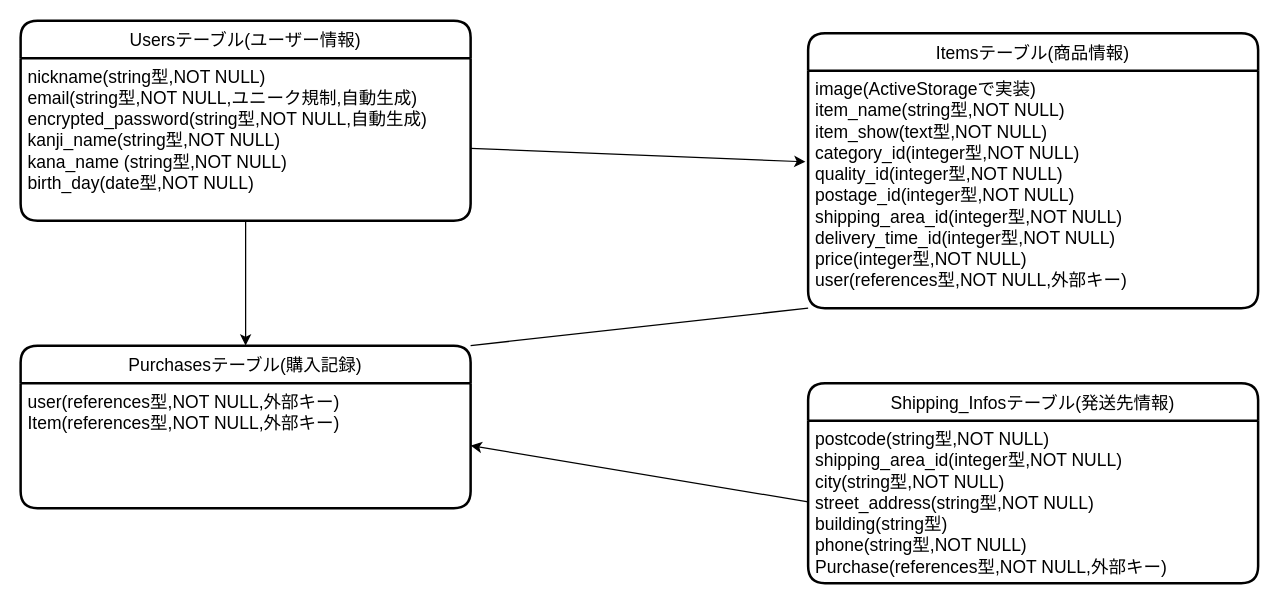
Earlier version of the draw.io diagram furima-40151.dio (flcamp0217/furima-40151). Source tidied: cells renumbered, new cells numbered last; positions are measured from the earlier drawing's top-left corner, leaving out a move shared by most shapes. Both pictures are drawn from the tidied source at 125%, with x=0, y=0 at pixel (20, 20).
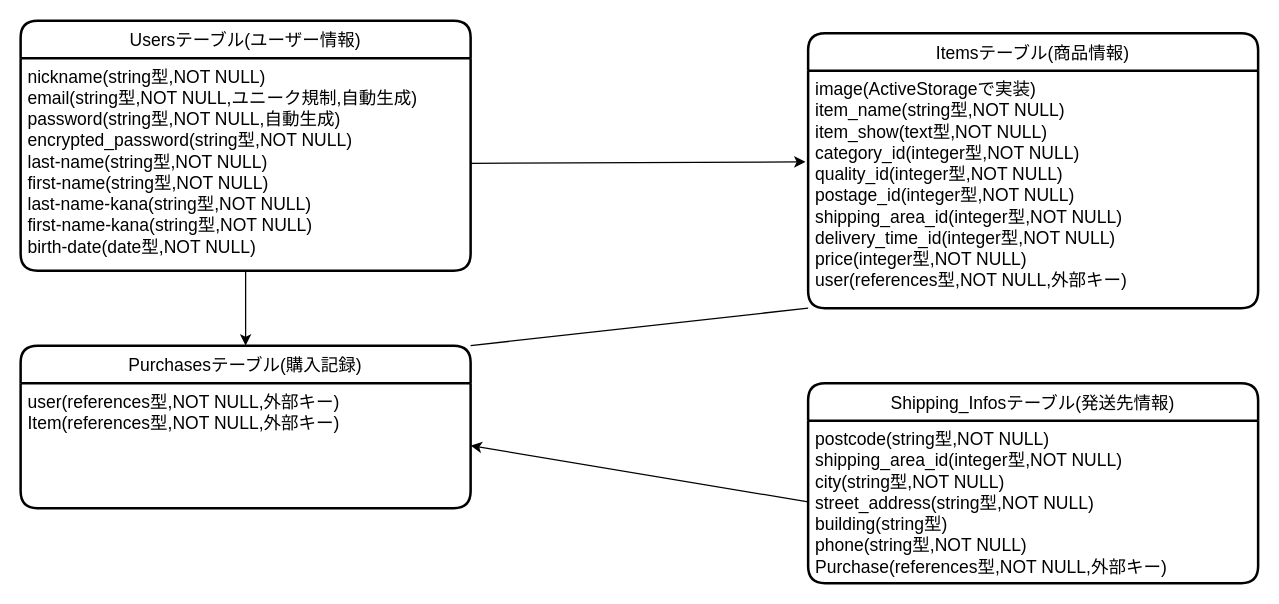
Above is the later version.

Diff of the diagram source:
```diff
@@
 <mxGraphModel>
   <root>
     <mxCell id="0" />
     <mxCell id="1" parent="0" />
     <mxCell id="2" value="Usersテーブル(ユーザー情報)" style="swimlane;horizontal=1;startSize=30;rounded=1;fontSize=14;fontStyle=0;strokeWidth=2;shadow=0;dashed=0;align=center;" parent="1" vertex="1">
-      <mxGeometry width="360" height="160" as="geometry" />
+      <mxGeometry width="360" height="200" as="geometry" />
     </mxCell>
-    <mxCell id="3" value="nickname(string型,NOT NULL)&#10;email(string型,NOT NULL,ユニーク規制,自動生成)&#10;encrypted_password(string型,NOT NULL,自動生成)&#10;kanji_name(string型,NOT NULL)&#10;kana_name (string型,NOT NULL)&#10;birth_day(date型,NOT NULL)" style="align=left;strokeColor=none;fillColor=none;spacingLeft=4;fontSize=14;verticalAlign=top;" parent="2" vertex="1">
-      <mxGeometry y="30" width="360" height="130" as="geometry" />
+    <mxCell id="3" value="nickname(string型,NOT NULL)&#10;email(string型,NOT NULL,ユニーク規制,自動生成)&#10;password(string型,NOT NULL,自動生成)&#10;encrypted_password(string型,NOT NULL)&#10;last-name(string型,NOT NULL)&#10;first-name(string型,NOT NULL)&#10;last-name-kana(string型,NOT NULL)&#10;first-name-kana(string型,NOT NULL)&#10;birth-date(date型,NOT NULL)" style="align=left;strokeColor=none;fillColor=none;spacingLeft=4;fontSize=14;verticalAlign=top;" parent="2" vertex="1">
+      <mxGeometry y="30" width="360" height="170" as="geometry" />
     </mxCell>
     <mxCell id="4" value="Itemsテーブル(商品情報)" style="swimlane;horizontal=1;startSize=30;rounded=1;fontSize=14;fontStyle=0;strokeWidth=2;shadow=0;dashed=0;align=center;" parent="1" vertex="1">
       <mxGeometry x="630" y="10" width="360" height="220" as="geometry" />
     </mxCell>
     <mxCell id="5" value="image(ActiveStorageで実装)&#10;item_name(string型,NOT NULL)&#10;item_show(text型,NOT NULL)&#10;category_id(integer型,NOT NULL)&#10;quality_id(integer型,NOT NULL)&#10;postage_id(integer型,NOT NULL)&#10;shipping_area_id(integer型,NOT NULL)&#10;delivery_time_id(integer型,NOT NULL)&#10;price(integer型,NOT NULL)&#10;user(references型,NOT NULL,外部キー)" style="align=left;strokeColor=none;fillColor=none;spacingLeft=4;fontSize=14;verticalAlign=top;" parent="4" vertex="1">
       <mxGeometry y="30" width="360" height="190" as="geometry" />
     </mxCell>
     <mxCell id="6" value="Purchasesテーブル(購入記録)" style="swimlane;horizontal=1;startSize=30;rounded=1;fontSize=14;fontStyle=0;strokeWidth=2;shadow=0;dashed=0;align=center;" parent="1" vertex="1">
       <mxGeometry y="260" width="360" height="130" as="geometry" />
     </mxCell>
     <mxCell id="7" value="user(references型,NOT NULL,外部キー)&#10;Item(references型,NOT NULL,外部キー)" style="align=left;strokeColor=none;fillColor=none;spacingLeft=4;fontSize=14;verticalAlign=top;" parent="6" vertex="1">
       <mxGeometry y="30" width="360" height="100" as="geometry" />
     </mxCell>
     <mxCell id="8" value="Shipping_Infosテーブル(発送先情報)" style="swimlane;horizontal=1;startSize=30;rounded=1;fontSize=14;fontStyle=0;strokeWidth=2;shadow=0;dashed=0;align=center;" parent="1" vertex="1">
       <mxGeometry x="630" y="290" width="360" height="160" as="geometry" />
     </mxCell>
     <mxCell id="9" value="postcode(string型,NOT NULL)&#10;shipping_area_id(integer型,NOT NULL)&#10;city(string型,NOT NULL)&#10;street_address(string型,NOT NULL)&#10;building(string型)&#10;phone(string型,NOT NULL)&#10;Purchase(references型,NOT NULL,外部キー)" style="align=left;strokeColor=none;fillColor=none;spacingLeft=4;fontSize=14;verticalAlign=top;" parent="8" vertex="1">
       <mxGeometry y="30" width="360" height="130" as="geometry" />
     </mxCell>
     <mxCell id="10" style="edgeStyle=none;html=1;entryX=-0.006;entryY=0.384;entryDx=0;entryDy=0;entryPerimeter=0;" parent="1" edge="1" source="3" target="5">
       <mxGeometry relative="1" as="geometry" />
     </mxCell>
     <mxCell id="11" style="edgeStyle=none;html=1;exitX=0.5;exitY=1;exitDx=0;exitDy=0;entryX=0.5;entryY=0;entryDx=0;entryDy=0;" parent="1" edge="1" source="3" target="6">
       <mxGeometry relative="1" as="geometry" />
     </mxCell>
     <mxCell id="12" style="edgeStyle=none;html=1;exitX=0;exitY=1;exitDx=0;exitDy=0;entryX=1;entryY=0;entryDx=0;entryDy=0;endArrow=none;endFill=0;" parent="1" edge="1" source="5" target="6">
       <mxGeometry relative="1" as="geometry" />
     </mxCell>
     <mxCell id="13" style="edgeStyle=none;html=1;exitX=0;exitY=0.5;exitDx=0;exitDy=0;entryX=1;entryY=0.5;entryDx=0;entryDy=0;endArrow=classic;endFill=1;" parent="1" edge="1" source="9" target="7">
       <mxGeometry relative="1" as="geometry" />
     </mxCell>
   </root>
 </mxGraphModel>
```
